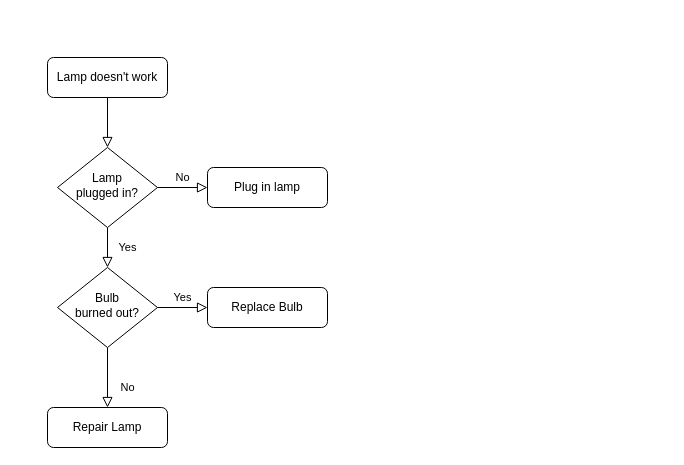
Azure-01/file keeps this draw.io diagram as 제목 없는 다이어그램.drawio. Above is the earlier version. Source tidied: cells renumbered, new cells numbered last; positions are measured from the earlier drawing's top-left corner, leaving out a move shared by most shapes. Both pictures are drawn from the tidied source at 100%, with x=0, y=0 at pixel (47, 57).
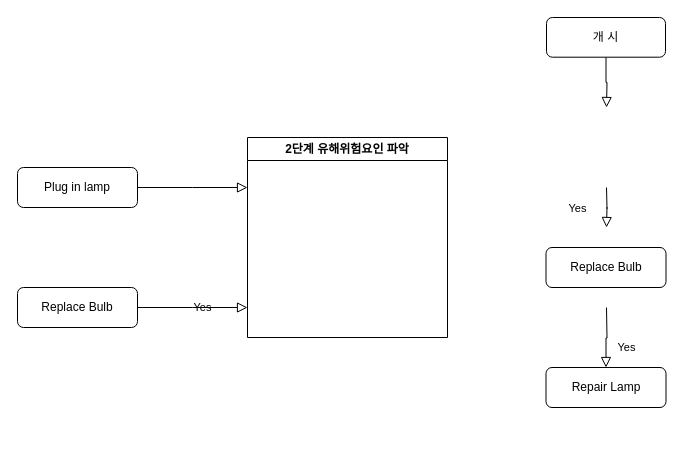
The same page after the edit.

Commit message:
제목 없는 다이어그램.drawio 업데이트

Change to the diagram source:
```diff
@@
 <mxGraphModel>
   <root>
     <mxCell id="0" />
     <mxCell id="1" parent="0" />
-    <mxCell id="2" style="rounded=0;html=1;jettySize=auto;fontSize=11;endArrow=block;endFill=0;endSize=8;strokeWidth=1;shadow=0;labelBackgroundColor=none;edgeStyle=orthogonalEdgeStyle;" parent="1" edge="1" source="3" target="6">
-      <mxGeometry relative="1" as="geometry" />
+    <mxCell id="2" style="rounded=0;html=1;jettySize=auto;fontSize=11;endArrow=block;endFill=0;endSize=8;strokeWidth=1;shadow=0;labelBackgroundColor=none;edgeStyle=orthogonalEdgeStyle;" parent="1" edge="1" source="3">
+      <mxGeometry relative="1" as="geometry">
+        <mxPoint x="559" y="50" as="targetPoint" />
+      </mxGeometry>
     </mxCell>
-    <mxCell id="3" value="Lamp doesn't work" style="rounded=1;whiteSpace=wrap;html=1;fontSize=12;glass=0;strokeWidth=1;shadow=0;" parent="1" vertex="1">
-      <mxGeometry width="120" height="40" as="geometry" />
+    <mxCell id="3" value="개 시" style="rounded=1;whiteSpace=wrap;html=1;fontSize=12;glass=0;strokeWidth=1;shadow=0;" parent="1" vertex="1">
+      <mxGeometry x="499" y="-40" width="119" height="39.7" as="geometry" />
     </mxCell>
-    <mxCell id="4" value="Yes" style="rounded=0;html=1;jettySize=auto;fontSize=11;endArrow=block;endFill=0;endSize=8;strokeWidth=1;shadow=0;labelBackgroundColor=none;edgeStyle=orthogonalEdgeStyle;" parent="1" edge="1" source="6" target="10">
-      <mxGeometry y="20" relative="1" as="geometry" />
+    <mxCell id="4" value="Yes" style="rounded=0;html=1;jettySize=auto;orthogonalLoop=1;fontSize=11;endArrow=block;endFill=0;endSize=8;strokeWidth=1;shadow=0;labelBackgroundColor=none;edgeStyle=orthogonalEdgeStyle;" parent="1" edge="1">
+      <mxGeometry y="30" relative="1" as="geometry">
+        <mxPoint x="559" y="130" as="sourcePoint" />
+        <mxPoint x="559" y="170" as="targetPoint" />
+      </mxGeometry>
     </mxCell>
-    <mxCell id="5" value="No" style="edgeStyle=orthogonalEdgeStyle;rounded=0;html=1;jettySize=auto;fontSize=11;endArrow=block;endFill=0;endSize=8;strokeWidth=1;shadow=0;labelBackgroundColor=none;" parent="1" edge="1" source="6" target="7">
-      <mxGeometry y="10" relative="1" as="geometry" />
+    <mxCell id="5" style="edgeStyle=orthogonalEdgeStyle;rounded=0;html=1;jettySize=auto;fontSize=11;endArrow=block;endFill=0;endSize=8;strokeWidth=1;shadow=0;labelBackgroundColor=none;" parent="1" edge="1" source="7">
+      <mxGeometry y="10" relative="1" as="geometry">
+        <mxPoint x="200" y="130" as="targetPoint" />
+      </mxGeometry>
     </mxCell>
-    <mxCell id="6" value="Lamp&lt;br&gt;plugged in?" style="rhombus;whiteSpace=wrap;html=1;shadow=0;fontFamily=Helvetica;fontSize=12;align=center;strokeWidth=1;spacing=6;spacingTop=-4;" parent="1" vertex="1">
-      <mxGeometry x="10" y="90" width="100" height="80" as="geometry" />
-    </mxCell>
-    <mxCell id="7" value="Plug in lamp" style="rounded=1;whiteSpace=wrap;html=1;fontSize=12;glass=0;strokeWidth=1;shadow=0;" parent="1" vertex="1">
-      <mxGeometry x="160" y="110" width="120" height="40" as="geometry" />
-    </mxCell>
-    <mxCell id="8" value="No" style="rounded=0;html=1;jettySize=auto;fontSize=11;endArrow=block;endFill=0;endSize=8;strokeWidth=1;shadow=0;labelBackgroundColor=none;edgeStyle=orthogonalEdgeStyle;" parent="1" edge="1" source="10" target="11">
-      <mxGeometry x="0.33" y="20" relative="1" as="geometry" />
+    <mxCell id="8" value="Yes" style="rounded=0;html=1;jettySize=auto;fontSize=11;endArrow=block;endFill=0;endSize=8;strokeWidth=1;shadow=0;labelBackgroundColor=none;edgeStyle=orthogonalEdgeStyle;" parent="1" edge="1" target="11">
+      <mxGeometry x="0.33" y="20" relative="1" as="geometry">
+        <mxPoint x="559" y="250" as="sourcePoint" />
+      </mxGeometry>
     </mxCell>
-    <mxCell id="9" value="Yes" style="edgeStyle=orthogonalEdgeStyle;rounded=0;html=1;jettySize=auto;fontSize=11;endArrow=block;endFill=0;endSize=8;strokeWidth=1;shadow=0;labelBackgroundColor=none;" parent="1" edge="1" source="10" target="12">
-      <mxGeometry y="10" relative="1" as="geometry" />
+    <mxCell id="9" value="Yes" style="edgeStyle=orthogonalEdgeStyle;rounded=0;html=1;jettySize=auto;fontSize=11;endArrow=block;endFill=0;endSize=8;strokeWidth=1;shadow=0;labelBackgroundColor=none;exitX=1;exitY=0.5;exitDx=0;exitDy=0;" parent="1" edge="1" source="13">
+      <mxGeometry y="10" relative="1" as="geometry">
+        <mxPoint x="200" y="250" as="targetPoint" />
+      </mxGeometry>
     </mxCell>
-    <mxCell id="10" value="Bulb&lt;br&gt;burned out?" style="rhombus;whiteSpace=wrap;html=1;shadow=0;fontFamily=Helvetica;fontSize=12;align=center;strokeWidth=1;spacing=6;spacingTop=-4;" parent="1" vertex="1">
-      <mxGeometry x="10" y="210" width="100" height="80" as="geometry" />
-    </mxCell>
     <mxCell id="11" value="Repair Lamp" style="rounded=1;whiteSpace=wrap;html=1;fontSize=12;glass=0;strokeWidth=1;shadow=0;" parent="1" vertex="1">
-      <mxGeometry y="350" width="120" height="40" as="geometry" />
+      <mxGeometry x="498.5" y="310" width="120" height="40" as="geometry" />
     </mxCell>
     <mxCell id="12" value="Replace Bulb" style="rounded=1;whiteSpace=wrap;html=1;fontSize=12;glass=0;strokeWidth=1;shadow=0;" parent="1" vertex="1">
-      <mxGeometry x="160" y="230" width="120" height="40" as="geometry" />
+      <mxGeometry x="498.5" y="190" width="120" height="40" as="geometry" />
     </mxCell>
+    <mxCell id="7" value="Plug in lamp" style="rounded=1;whiteSpace=wrap;html=1;fontSize=12;glass=0;strokeWidth=1;shadow=0;" parent="1" vertex="1">
+      <mxGeometry x="-30" y="110" width="120" height="40" as="geometry" />
+    </mxCell>
+    <mxCell id="13" value="Replace Bulb" style="rounded=1;whiteSpace=wrap;html=1;fontSize=12;glass=0;strokeWidth=1;shadow=0;" parent="1" vertex="1">
+      <mxGeometry x="-30" y="230" width="120" height="40" as="geometry" />
+    </mxCell>
+    <mxCell id="14" value="2단계 유해위험요인 파악" style="swimlane;whiteSpace=wrap;html=1;" parent="1" vertex="1">
+      <mxGeometry x="200" y="80" width="200" height="200" as="geometry" />
+    </mxCell>
   </root>
 </mxGraphModel>
```
